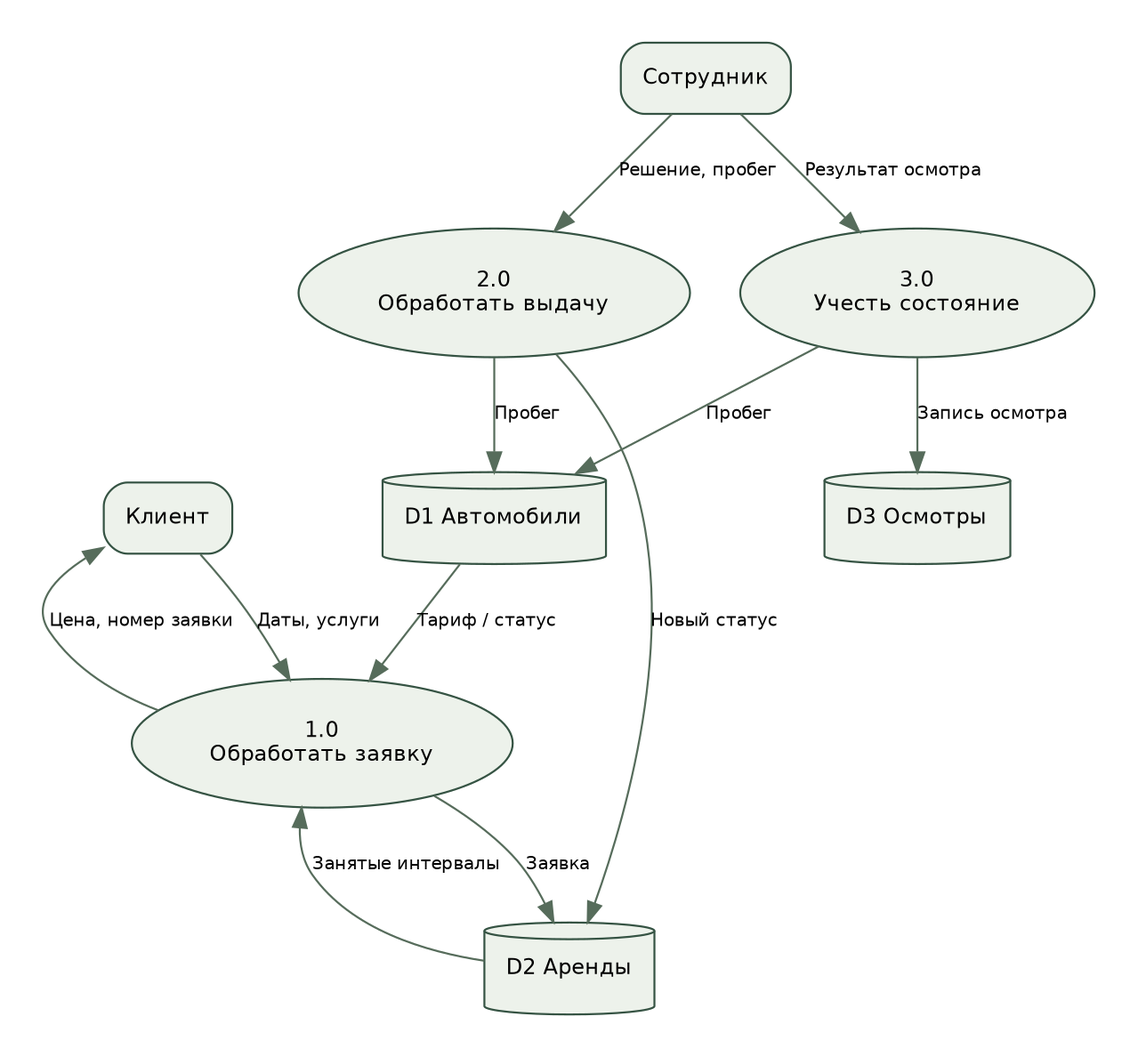
Before: docs/diagrams/dfd.png, a diagram exported from Graphviz (alexander2007B/cursovaya). Its source is kept beside it as docs/diagrams/dfd.dot.
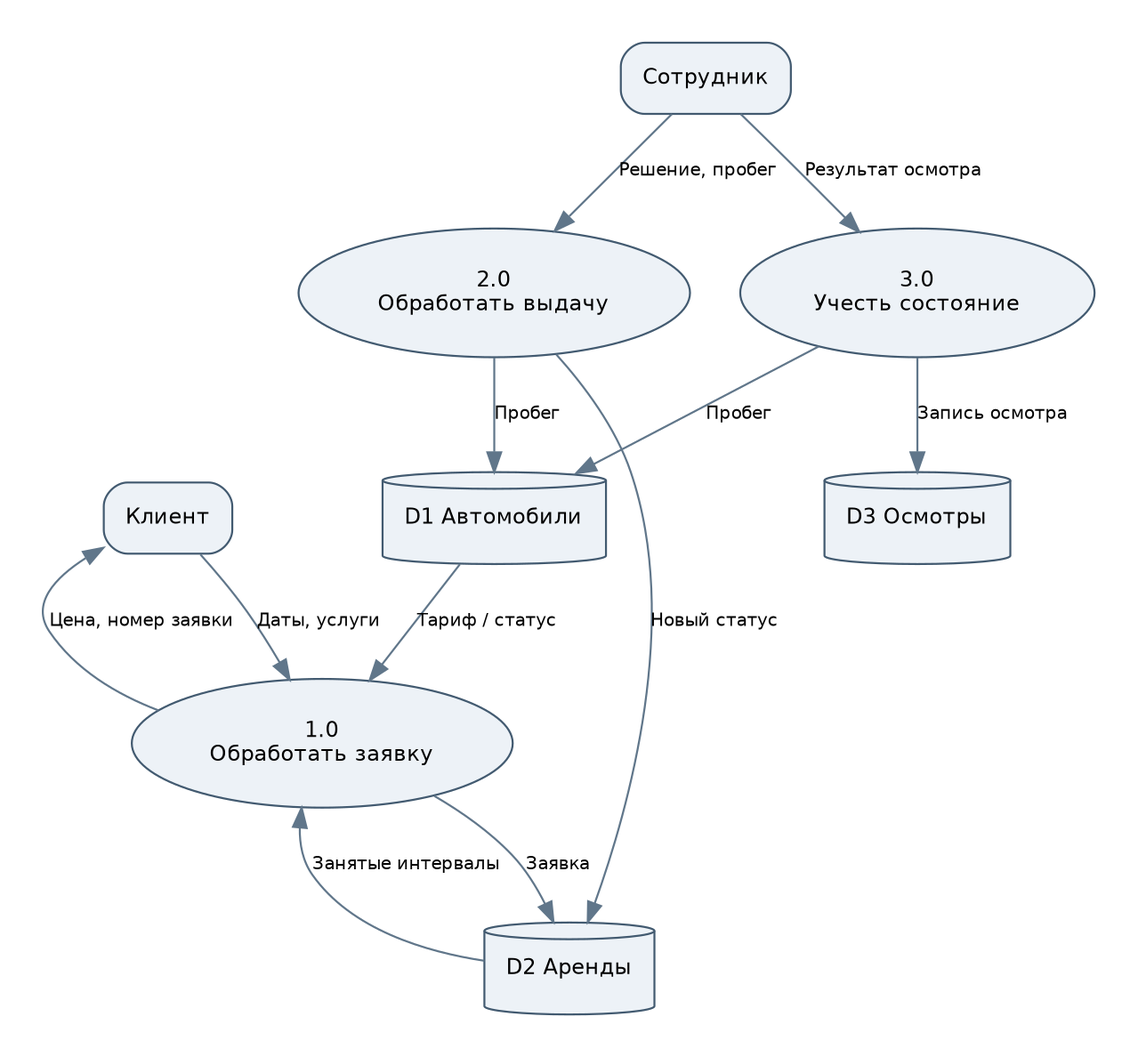
Later version of the same file.

Diff of the diagram source:
```diff
@@ -1,4 +1,4 @@
-digraph G {graph [fontname="DejaVu Sans",bgcolor="white",pad="0.3",ranksep="0.65",nodesep="0.35"]; node [fontname="DejaVu Sans",fontsize=11,shape=box,style="rounded,filled",fillcolor="#edf2eb",color="#355343",margin="0.15"]; edge [fontname="DejaVu Sans",fontsize=9,color="#566c5b"];rankdir=TB; client[label="Клиент",shape=box]; manager[label="Сотрудник",shape=box]; p1[label="1.0
+digraph G {graph [fontname="DejaVu Sans",bgcolor="white",pad="0.3",ranksep="0.65",nodesep="0.35"]; node [fontname="DejaVu Sans",fontsize=11,shape=box,style="rounded,filled",fillcolor="#edf2f7",color="#425a70",margin="0.15"]; edge [fontname="DejaVu Sans",fontsize=9,color="#60768a"];rankdir=TB; client[label="Клиент",shape=box]; manager[label="Сотрудник",shape=box]; p1[label="1.0
 Обработать заявку",shape=ellipse];p2[label="2.0
 Обработать выдачу",shape=ellipse];p3[label="3.0
 Учесть состояние",shape=ellipse];d1[label="D1 Автомобили",shape=cylinder];d2[label="D2 Аренды",shape=cylinder];d3[label="D3 Осмотры",shape=cylinder];client->p1[label="Даты, услуги"];p1->client[label="Цена, номер заявки"];d1->p1[label="Тариф / статус"];p1->d2[label="Заявка"];d2->p1[label="Занятые интервалы"];manager->p2[label="Решение, пробег"];p2->d2[label="Новый статус"];p2->d1[label="Пробег"];manager->p3[label="Результат осмотра"];p3->d3[label="Запись осмотра"];p3->d1[label="Пробег"];}
```
